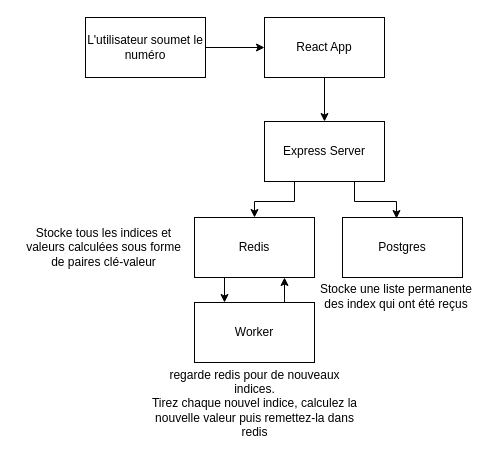
Ahmed-Amine-Soltani/labs keeps this draw.io diagram as diagrams/Untitled Diagram.drawio. Above is the earlier version. Source tidied: cells renumbered, new cells numbered last; positions are measured from the earlier drawing's top-left corner, leaving out a move shared by most shapes. Both pictures are drawn from the tidied source at 100%, with x=0, y=0 at pixel (17, 17).
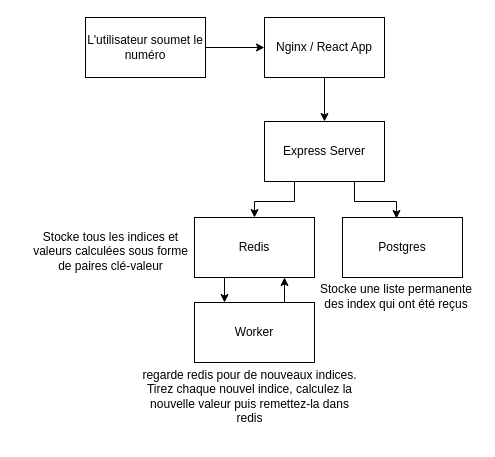
The same page after the edit.

Change to the diagram source:
```diff
@@
 <mxGraphModel>
   <root>
     <mxCell id="0" />
     <mxCell id="1" parent="0" />
     <mxCell id="2" style="edgeStyle=orthogonalEdgeStyle;rounded=0;jettySize=auto;html=1;exitX=1;exitY=0.5;exitDx=0;exitDy=0;entryX=0;entryY=0.5;entryDx=0;entryDy=0;" parent="1" edge="1" source="3" target="5">
       <mxGeometry relative="1" as="geometry" />
     </mxCell>
     <mxCell id="3" value="L'utilisateur soumet le numéro" style="rounded=0;whiteSpace=wrap;html=1;" parent="1" vertex="1">
       <mxGeometry x="68" width="120" height="60" as="geometry" />
     </mxCell>
     <mxCell id="4" style="edgeStyle=orthogonalEdgeStyle;rounded=0;jettySize=auto;html=1;exitX=0.5;exitY=1;exitDx=0;exitDy=0;entryX=0.5;entryY=0;entryDx=0;entryDy=0;" parent="1" edge="1" source="5" target="8">
       <mxGeometry relative="1" as="geometry" />
     </mxCell>
-    <mxCell id="5" value="React App" style="rounded=0;whiteSpace=wrap;html=1;" parent="1" vertex="1">
+    <mxCell id="5" value="Nginx / React App" style="rounded=0;whiteSpace=wrap;html=1;" parent="1" vertex="1">
       <mxGeometry x="247" width="120" height="60" as="geometry" />
     </mxCell>
     <mxCell id="6" style="edgeStyle=orthogonalEdgeStyle;rounded=0;jettySize=auto;html=1;exitX=0.25;exitY=1;exitDx=0;exitDy=0;" parent="1" edge="1" source="8" target="13">
       <mxGeometry relative="1" as="geometry" />
     </mxCell>
     <mxCell id="7" style="edgeStyle=orthogonalEdgeStyle;rounded=0;jettySize=auto;html=1;exitX=0.75;exitY=1;exitDx=0;exitDy=0;entryX=0.45;entryY=0.017;entryDx=0;entryDy=0;entryPerimeter=0;" parent="1" edge="1" source="8" target="9">
       <mxGeometry relative="1" as="geometry" />
     </mxCell>
     <mxCell id="8" value="Express Server" style="rounded=0;whiteSpace=wrap;html=1;" parent="1" vertex="1">
       <mxGeometry x="247" y="104" width="120" height="60" as="geometry" />
     </mxCell>
     <mxCell id="9" value="Postgres" style="rounded=0;whiteSpace=wrap;html=1;" parent="1" vertex="1">
       <mxGeometry x="325" y="200" width="120" height="60" as="geometry" />
     </mxCell>
     <mxCell id="10" style="edgeStyle=orthogonalEdgeStyle;rounded=0;jettySize=auto;html=1;exitX=0.75;exitY=0;exitDx=0;exitDy=0;entryX=0.75;entryY=1;entryDx=0;entryDy=0;" parent="1" edge="1" source="11" target="13">
       <mxGeometry relative="1" as="geometry" />
     </mxCell>
     <mxCell id="11" value="Worker" style="rounded=0;whiteSpace=wrap;html=1;" parent="1" vertex="1">
       <mxGeometry x="177" y="285" width="120" height="60" as="geometry" />
     </mxCell>
     <mxCell id="12" style="edgeStyle=orthogonalEdgeStyle;rounded=0;jettySize=auto;html=1;exitX=0.25;exitY=1;exitDx=0;exitDy=0;entryX=0.25;entryY=0;entryDx=0;entryDy=0;" parent="1" edge="1" source="13" target="11">
       <mxGeometry relative="1" as="geometry" />
     </mxCell>
     <mxCell id="13" value="Redis" style="rounded=0;whiteSpace=wrap;html=1;" parent="1" vertex="1">
       <mxGeometry x="177" y="200" width="120" height="60" as="geometry" />
     </mxCell>
     <mxCell id="14" value="Stocke tous les indices et valeurs calculées sous forme de paires clé-valeur" style="text;html=1;strokeColor=none;fillColor=none;align=center;verticalAlign=middle;whiteSpace=wrap;rounded=0;" parent="1" vertex="1">
-      <mxGeometry y="215" width="173" height="30" as="geometry" />
+      <mxGeometry x="7" y="219" width="173" height="30" as="geometry" />
     </mxCell>
     <mxCell id="15" value="regarde redis pour de nouveaux indices. &lt;br&gt;Tirez chaque nouvel indice, calculez la nouvelle valeur puis remettez-la dans redis" style="text;html=1;strokeColor=none;fillColor=none;align=center;verticalAlign=middle;whiteSpace=wrap;rounded=0;" parent="1" vertex="1">
-      <mxGeometry x="131.5" y="371" width="211" height="30" as="geometry" />
+      <mxGeometry x="120" y="364" width="224.5" height="30" as="geometry" />
     </mxCell>
     <mxCell id="16" value="Stocke une liste permanente des index qui ont été reçus" style="text;html=1;strokeColor=none;fillColor=none;align=center;verticalAlign=middle;whiteSpace=wrap;rounded=0;" parent="1" vertex="1">
       <mxGeometry x="297" y="264" width="164" height="30" as="geometry" />
     </mxCell>
   </root>
 </mxGraphModel>
```
